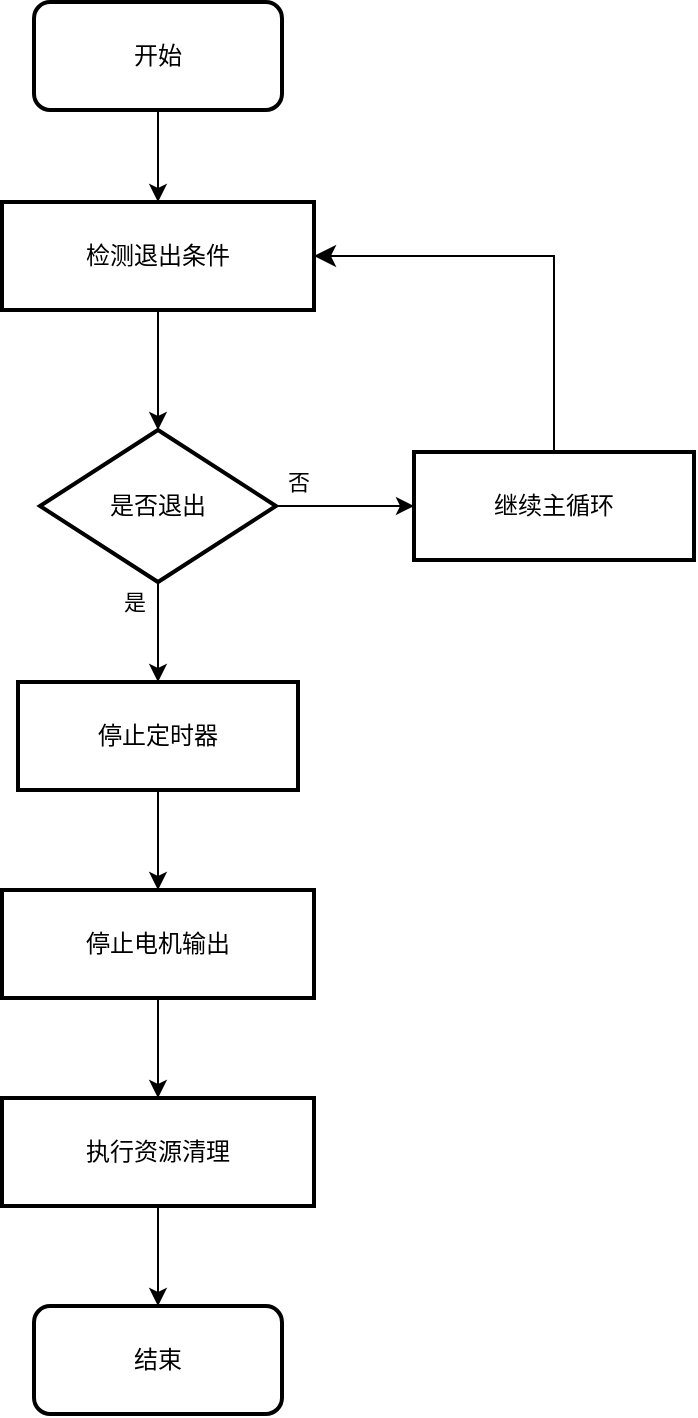
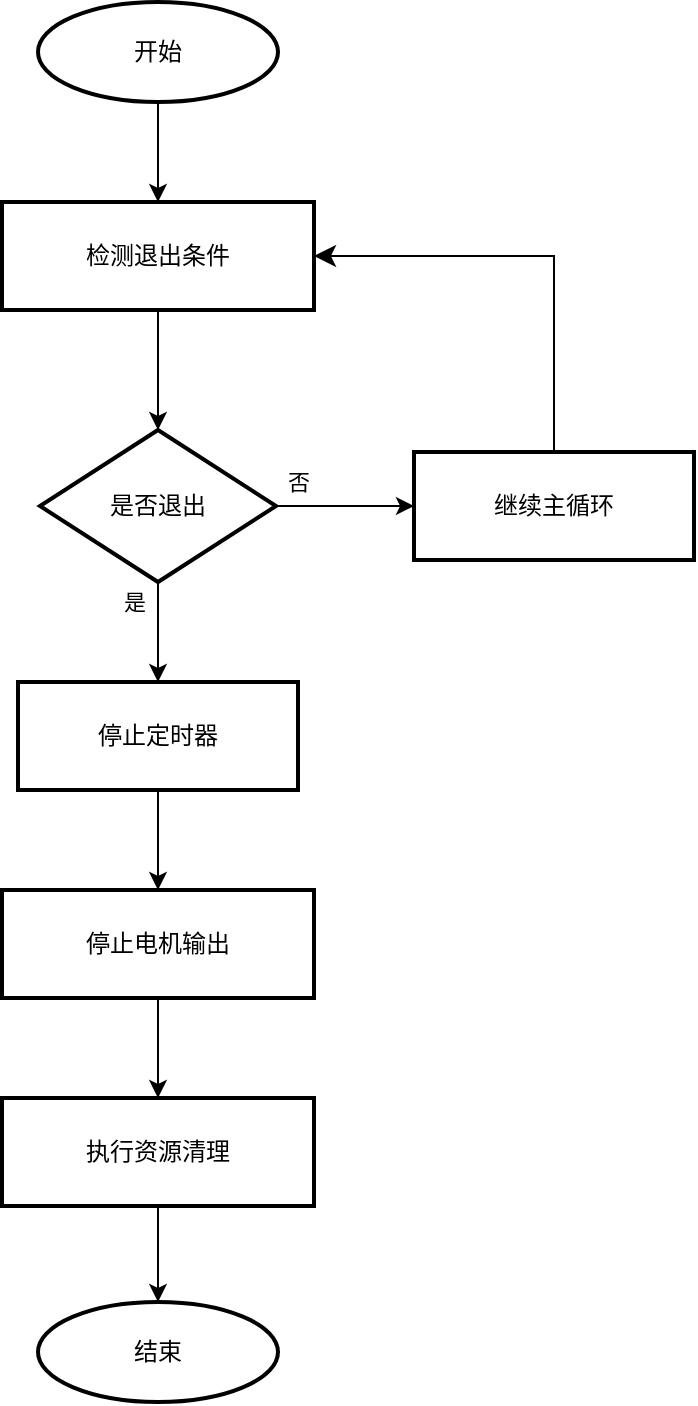
<mxfile host="app.diagrams.net">
  <diagram name="第 1 页" id="5pLLe7jweuCBR5kG6j_B">
-     <mxGraphModel dx="1178" dy="659" grid="1" gridSize="10" guides="1" tooltips="1" connect="1" arrows="1" fold="1" page="1" pageScale="1" pageWidth="827" pageHeight="1169" math="0" shadow="0">
+     <mxGraphModel dx="1414" dy="791" grid="1" gridSize="10" guides="1" tooltips="1" connect="1" arrows="1" fold="1" page="1" pageScale="1" pageWidth="827" pageHeight="1169" math="0" shadow="0">
      <root>
        <mxCell id="0" />
        <mxCell id="1" parent="0" />
        <mxCell id="rl8tWeygiqIO-uBGV8mO-15" edge="1" parent="1" source="rl8tWeygiqIO-uBGV8mO-1" style="edgeStyle=orthogonalEdgeStyle;rounded=0;orthogonalLoop=1;jettySize=auto;html=1;" target="rl8tWeygiqIO-uBGV8mO-2" value="">
          <mxGeometry relative="1" as="geometry" />
        </mxCell>
        <mxCell id="rl8tWeygiqIO-uBGV8mO-1" parent="1" style="whiteSpace=wrap;strokeWidth=2;fillColor=none;" value="检测退出条件" vertex="1">
          <mxGeometry height="54" width="156" x="184" y="180" as="geometry" />
        </mxCell>
        <mxCell id="rl8tWeygiqIO-uBGV8mO-16" edge="1" parent="1" source="rl8tWeygiqIO-uBGV8mO-2" style="edgeStyle=orthogonalEdgeStyle;rounded=0;orthogonalLoop=1;jettySize=auto;html=1;" target="rl8tWeygiqIO-uBGV8mO-4" value="是">
          <mxGeometry relative="1" x="-0.6" y="-12" as="geometry">
            <mxPoint as="offset" />
          </mxGeometry>
        </mxCell>
        <mxCell id="rl8tWeygiqIO-uBGV8mO-20" edge="1" parent="1" source="rl8tWeygiqIO-uBGV8mO-2" style="edgeStyle=orthogonalEdgeStyle;rounded=0;orthogonalLoop=1;jettySize=auto;html=1;" target="rl8tWeygiqIO-uBGV8mO-3" value="">
          <mxGeometry relative="1" as="geometry" />
        </mxCell>
        <mxCell id="rl8tWeygiqIO-uBGV8mO-21" connectable="0" parent="rl8tWeygiqIO-uBGV8mO-20" style="edgeLabel;html=1;align=center;verticalAlign=middle;resizable=0;points=[];" value="否" vertex="1">
          <mxGeometry relative="1" x="-0.4203" y="3" as="geometry">
            <mxPoint x="-9" y="-9" as="offset" />
          </mxGeometry>
        </mxCell>
        <mxCell id="rl8tWeygiqIO-uBGV8mO-2" parent="1" style="rhombus;strokeWidth=2;whiteSpace=wrap;fillColor=none;" value="是否退出" vertex="1">
          <mxGeometry height="76" width="118" x="203" y="294" as="geometry" />
        </mxCell>
        <mxCell id="rl8tWeygiqIO-uBGV8mO-3" parent="1" style="whiteSpace=wrap;strokeWidth=2;fillColor=none;" value="继续主循环" vertex="1">
          <mxGeometry height="54" width="140" x="390" y="305" as="geometry" />
        </mxCell>
        <mxCell id="rl8tWeygiqIO-uBGV8mO-17" edge="1" parent="1" source="rl8tWeygiqIO-uBGV8mO-4" style="edgeStyle=orthogonalEdgeStyle;rounded=0;orthogonalLoop=1;jettySize=auto;html=1;" target="rl8tWeygiqIO-uBGV8mO-5" value="">
          <mxGeometry relative="1" as="geometry" />
        </mxCell>
        <mxCell id="rl8tWeygiqIO-uBGV8mO-4" parent="1" style="whiteSpace=wrap;strokeWidth=2;fillColor=none;" value="停止定时器" vertex="1">
          <mxGeometry height="54" width="140" x="192" y="420" as="geometry" />
        </mxCell>
        <mxCell id="rl8tWeygiqIO-uBGV8mO-18" edge="1" parent="1" source="rl8tWeygiqIO-uBGV8mO-5" style="edgeStyle=orthogonalEdgeStyle;rounded=0;orthogonalLoop=1;jettySize=auto;html=1;" target="rl8tWeygiqIO-uBGV8mO-6" value="">
          <mxGeometry relative="1" as="geometry" />
        </mxCell>
        <mxCell id="rl8tWeygiqIO-uBGV8mO-5" parent="1" style="whiteSpace=wrap;strokeWidth=2;fillColor=none;" value="停止电机输出" vertex="1">
          <mxGeometry height="54" width="156" x="184" y="524" as="geometry" />
        </mxCell>
-         <mxCell id="rl8tWeygiqIO-uBGV8mO-19" edge="1" parent="1" source="rl8tWeygiqIO-uBGV8mO-6" style="edgeStyle=orthogonalEdgeStyle;rounded=0;orthogonalLoop=1;jettySize=auto;html=1;" value="">
-           <mxGeometry relative="1" as="geometry">
-             <mxPoint x="262" y="732" as="targetPoint" />
-           </mxGeometry>
+         <mxCell id="CLngUK5q4bbWi7KM_6UG-6" edge="1" parent="1" source="rl8tWeygiqIO-uBGV8mO-6" style="edgeStyle=orthogonalEdgeStyle;rounded=0;orthogonalLoop=1;jettySize=auto;html=1;" target="CLngUK5q4bbWi7KM_6UG-4" value="">
+           <mxGeometry relative="1" as="geometry" />
        </mxCell>
        <mxCell id="rl8tWeygiqIO-uBGV8mO-6" parent="1" style="whiteSpace=wrap;strokeWidth=2;fillColor=none;" value="执行资源清理" vertex="1">
          <mxGeometry height="54" width="156" x="184" y="628" as="geometry" />
        </mxCell>
        <mxCell id="rl8tWeygiqIO-uBGV8mO-25" edge="1" parent="1" source="rl8tWeygiqIO-uBGV8mO-3" style="edgeStyle=segmentEdgeStyle;endArrow=classic;html=1;curved=0;rounded=0;endSize=8;startSize=8;exitX=0.5;exitY=0;exitDx=0;exitDy=0;entryX=1;entryY=0.5;entryDx=0;entryDy=0;" target="rl8tWeygiqIO-uBGV8mO-1" value="">
          <mxGeometry height="50" relative="1" width="50" as="geometry">
            <Array as="points">
              <mxPoint x="460" y="207" />
            </Array>
            <mxPoint x="460" y="260" as="sourcePoint" />
            <mxPoint x="510" y="210" as="targetPoint" />
          </mxGeometry>
        </mxCell>
-         <mxCell id="P-rkWD11WODKMsa822Kr-1" parent="1" style="rounded=1;whiteSpace=wrap;html=1;fillColor=none;strokeWidth=2;" value="结束" vertex="1">
-           <mxGeometry height="54" width="124" x="200" y="732" as="geometry" />
-         </mxCell>
-         <mxCell id="P-rkWD11WODKMsa822Kr-3" edge="1" parent="1" source="P-rkWD11WODKMsa822Kr-2" style="edgeStyle=orthogonalEdgeStyle;rounded=0;orthogonalLoop=1;jettySize=auto;html=1;" target="rl8tWeygiqIO-uBGV8mO-1" value="">
+         <mxCell id="CLngUK5q4bbWi7KM_6UG-3" edge="1" parent="1" source="CLngUK5q4bbWi7KM_6UG-2" style="edgeStyle=orthogonalEdgeStyle;rounded=0;orthogonalLoop=1;jettySize=auto;html=1;" target="rl8tWeygiqIO-uBGV8mO-1" value="">
          <mxGeometry relative="1" as="geometry" />
        </mxCell>
-         <mxCell id="P-rkWD11WODKMsa822Kr-2" parent="1" style="rounded=1;whiteSpace=wrap;html=1;fillColor=none;strokeWidth=2;" value="开始" vertex="1">
-           <mxGeometry height="54" width="124" x="200" y="80" as="geometry" />
+         <mxCell id="CLngUK5q4bbWi7KM_6UG-2" parent="1" style="strokeWidth=2;html=1;shape=mxgraph.flowchart.start_1;whiteSpace=wrap;fillColor=none;" value="开始" vertex="1">
+           <mxGeometry height="50" width="120" x="202" y="80" as="geometry" />
+         </mxCell>
+         <mxCell id="CLngUK5q4bbWi7KM_6UG-4" parent="1" style="strokeWidth=2;html=1;shape=mxgraph.flowchart.start_1;whiteSpace=wrap;fillColor=none;" value="结束" vertex="1">
+           <mxGeometry height="50" width="120" x="202" y="730" as="geometry" />
        </mxCell>
      </root>
    </mxGraphModel>
  </diagram>
</mxfile>
